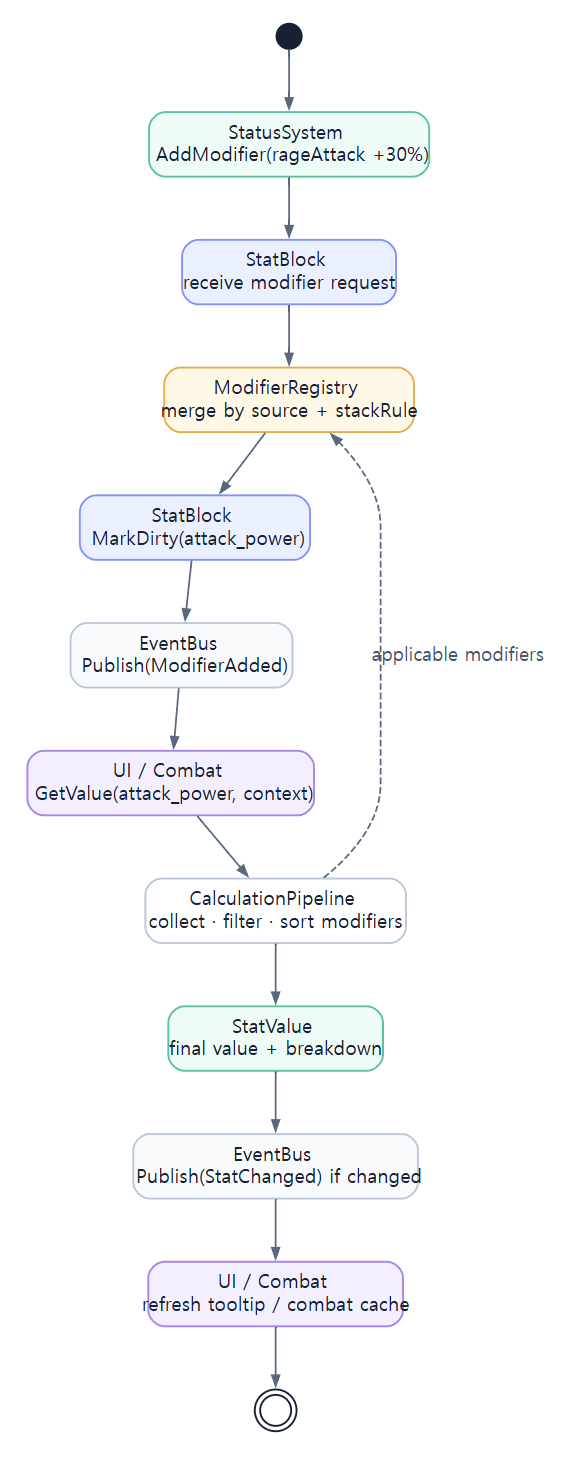
The Graphviz diagram assets/diagrams/06_modifier_application_sequence_diagram.png in JY-LemongO/game-system-framework-knowledge-site, before a commit. Its source is kept beside it as source/diagrams/06_modifier_application_sequence_diagram.dot.
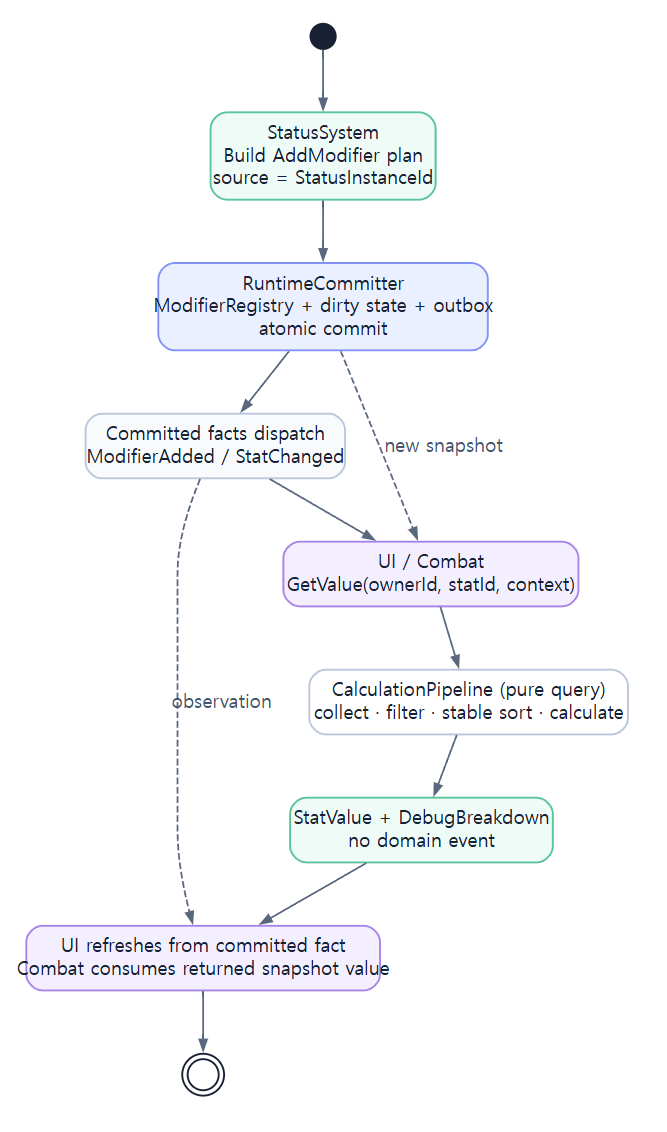
After the change.

Diff of the diagram source:
```diff
@@ -3,28 +3,18 @@
   node [fontname="Noto Sans CJK KR", shape=box, style="rounded,filled", color="#bac7db", penwidth=1.4, fillcolor="#ffffff", fontcolor="#182033", margin="0.16,0.10"];
   edge [fontname="Noto Sans CJK KR", color="#59687e", fontcolor="#46566e", arrowsize=0.8, penwidth=1.3];
   rankdir=TB;
+
   start [shape=circle, width=.26, label="", fillcolor="#182033", color="#182033"];
-  status [label="StatusSystem
- AddModifier(rageAttack +30%)", fillcolor="#eefbf6", color="#5ac39b"];
-  stat [label="StatBlock
-receive modifier request", fillcolor="#eaf0ff", color="#8292f7"];
-  reg [label="ModifierRegistry
-merge by source + stackRule", fillcolor="#fff8e7", color="#e4ad4f"];
-  dirty [label="StatBlock
- MarkDirty(attack_power)", fillcolor="#eaf0ff", color="#8292f7"];
-  event1 [label="EventBus
- Publish(ModifierAdded)", fillcolor="#f8fafc"];
-  query [label="UI / Combat
- GetValue(attack_power, context)", fillcolor="#f4efff", color="#a884e8"];
-  pipe [label="CalculationPipeline
-collect · filter · sort modifiers", fillcolor="#ffffff"];
-  result [label="StatValue
-final value + breakdown", fillcolor="#eefbf6", color="#5ac39b"];
-  event2 [label="EventBus
- Publish(StatChanged) if changed", fillcolor="#f8fafc"];
-  cache [label="UI / Combat
-refresh tooltip / combat cache", fillcolor="#f4efff", color="#a884e8"];
+  status [label="StatusSystem\nBuild AddModifier plan\nsource = StatusInstanceId", fillcolor="#eefbf6", color="#5ac39b"];
+  commit [label="RuntimeCommitter\nModifierRegistry + dirty state + outbox\natomic commit", fillcolor="#eaf0ff", color="#8292f7"];
+  event [label="Committed facts dispatch\nModifierAdded / StatChanged", fillcolor="#f8fafc"];
+  query [label="UI / Combat\nGetValue(ownerId, statId, context)", fillcolor="#f4efff", color="#a884e8"];
+  pipe [label="CalculationPipeline (pure query)\ncollect · filter · stable sort · calculate", fillcolor="#ffffff"];
+  result [label="StatValue + DebugBreakdown\nno domain event", fillcolor="#eefbf6", color="#5ac39b"];
+  observe [label="UI refreshes from committed fact\nCombat consumes returned snapshot value", fillcolor="#f4efff", color="#a884e8"];
   end [shape=doublecircle, width=.32, label="", fillcolor="#ffffff", color="#182033"];
-  start -> status -> stat -> reg -> dirty -> event1 -> query -> pipe -> result -> event2 -> cache -> end;
-  pipe -> reg [style=dashed, label="applicable modifiers"];
+
+  start -> status -> commit -> event -> query -> pipe -> result -> observe -> end;
+  commit -> query [style=dashed, label="new snapshot"];
+  event -> observe [style=dashed, label="observation"];
 }
```
